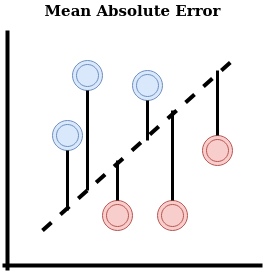
The draw.io diagram assets/images/ml/mae.png in Mayurji/mayurji.github.io, before a commit. Source tidied: cells renumbered, new cells last; positions are measured from the earlier drawing's top-left corner, leaving out a move shared by most shapes. The source it was exported from:
```xml
<mxGraphModel>
  <root>
    <mxCell id="0" />
    <mxCell id="1" parent="0" />
    <mxCell id="2" style="line;strokeWidth=4;html=1;perimeter=backbonePerimeter;" parent="1" vertex="1">
      <mxGeometry y="260" width="260" height="10" as="geometry" />
    </mxCell>
    <mxCell id="3" style="line;strokeWidth=4;direction=south;html=1;perimeter=backbonePerimeter;" parent="1" vertex="1">
      <mxGeometry y="30" width="10" height="240" as="geometry" />
    </mxCell>
    <mxCell id="4" style="ellipse;shape=doubleEllipse;whiteSpace=wrap;html=1;rotation=-180;fillColor=#dae8fc;strokeColor=#6c8ebf;" parent="1" vertex="1">
      <mxGeometry x="50" y="120" width="30" height="30" as="geometry" />
    </mxCell>
    <mxCell id="5" style="ellipse;shape=doubleEllipse;whiteSpace=wrap;html=1;rotation=-180;fillColor=#dae8fc;strokeColor=#6c8ebf;" parent="1" vertex="1">
      <mxGeometry x="70" y="60" width="30" height="30" as="geometry" />
    </mxCell>
    <mxCell id="6" style="ellipse;shape=doubleEllipse;whiteSpace=wrap;html=1;rotation=-180;fillColor=#dae8fc;strokeColor=#6c8ebf;" parent="1" vertex="1">
      <mxGeometry x="130" y="70" width="30" height="30" as="geometry" />
    </mxCell>
    <mxCell id="7" style="ellipse;shape=doubleEllipse;whiteSpace=wrap;html=1;rotation=-180;fillColor=#f8cecc;strokeColor=#b85450;" parent="1" vertex="1">
      <mxGeometry x="100" y="200" width="30" height="30" as="geometry" />
    </mxCell>
    <mxCell id="8" style="ellipse;shape=doubleEllipse;whiteSpace=wrap;html=1;rotation=-180;fillColor=#f8cecc;strokeColor=#b85450;" parent="1" vertex="1">
      <mxGeometry x="155" y="200" width="30" height="30" as="geometry" />
    </mxCell>
    <mxCell id="9" style="ellipse;shape=doubleEllipse;whiteSpace=wrap;html=1;rotation=-180;fillColor=#f8cecc;strokeColor=#b85450;" parent="1" vertex="1">
      <mxGeometry x="200" y="135" width="30" height="30" as="geometry" />
    </mxCell>
    <mxCell id="10" style="endArrow=none;html=1;strokeWidth=4;dashed=1;" parent="1" edge="1">
      <mxGeometry relative="1" as="geometry">
        <mxPoint x="40" y="230" as="sourcePoint" />
        <mxPoint x="230" y="60" as="targetPoint" />
      </mxGeometry>
    </mxCell>
    <mxCell id="11" style="endArrow=none;html=1;entryX=0.5;entryY=0;entryDx=0;entryDy=0;strokeWidth=3;" parent="1" edge="1" target="4">
      <mxGeometry relative="1" as="geometry">
        <mxPoint x="65" y="210" as="sourcePoint" />
      </mxGeometry>
    </mxCell>
    <mxCell id="12" style="endArrow=none;html=1;entryX=0.5;entryY=0;entryDx=0;entryDy=0;strokeWidth=3;" parent="1" edge="1" target="6">
      <mxGeometry relative="1" as="geometry">
        <mxPoint x="145" y="140" as="sourcePoint" />
      </mxGeometry>
    </mxCell>
    <mxCell id="13" style="endArrow=none;html=1;strokeWidth=3;" parent="1" edge="1" target="5">
      <mxGeometry relative="1" as="geometry">
        <mxPoint x="85" y="190" as="sourcePoint" />
      </mxGeometry>
    </mxCell>
    <mxCell id="14" style="endArrow=none;html=1;strokeWidth=3;exitX=0.5;exitY=1;exitDx=0;exitDy=0;" parent="1" edge="1" source="7">
      <mxGeometry relative="1" as="geometry">
        <mxPoint x="115" y="160" as="targetPoint" />
      </mxGeometry>
    </mxCell>
    <mxCell id="15" style="endArrow=none;html=1;strokeWidth=3;exitX=0.5;exitY=1;exitDx=0;exitDy=0;" parent="1" edge="1" source="8">
      <mxGeometry relative="1" as="geometry">
        <mxPoint x="170" y="110" as="targetPoint" />
      </mxGeometry>
    </mxCell>
    <mxCell id="16" style="endArrow=none;html=1;strokeWidth=3;exitX=0.5;exitY=1;exitDx=0;exitDy=0;" parent="1" edge="1" source="9">
      <mxGeometry relative="1" as="geometry">
        <mxPoint x="215" y="70" as="targetPoint" />
      </mxGeometry>
    </mxCell>
    <mxCell id="17" value="&lt;b style=&quot;font-size: 15px&quot;&gt;Mean Absolute Error&lt;/b&gt;" style="text;html=1;strokeColor=none;fillColor=none;align=center;verticalAlign=middle;whiteSpace=wrap;rounded=0;" parent="1" vertex="1">
      <mxGeometry x="32.5" width="195" height="20" as="geometry" />
    </mxCell>
  </root>
</mxGraphModel>
```
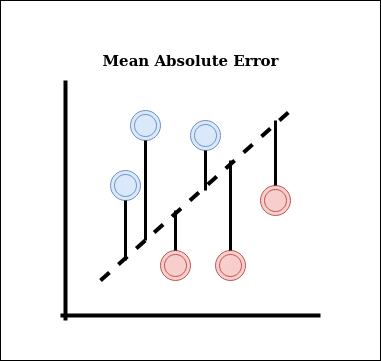
Above is the later version.

What changed in the source:
```diff
@@ -65,5 +65,8 @@
     <mxCell id="17" value="&lt;b style=&quot;font-size: 15px&quot;&gt;Mean Absolute Error&lt;/b&gt;" style="text;html=1;strokeColor=none;fillColor=none;align=center;verticalAlign=middle;whiteSpace=wrap;rounded=0;" parent="1" vertex="1">
       <mxGeometry x="32.5" width="195" height="20" as="geometry" />
     </mxCell>
+    <mxCell id="18" style="rounded=0;whiteSpace=wrap;html=1;fillColor=none;" parent="1" vertex="1">
+      <mxGeometry x="-60" y="-50" width="380" height="360" as="geometry" />
+    </mxCell>
   </root>
 </mxGraphModel>
```
